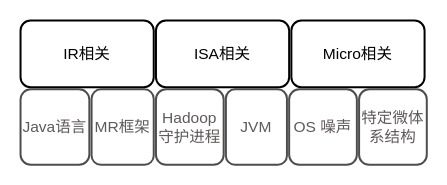
zl780621764/pictures keeps this draw.io diagram as 未命名绘图.drawio. Above is the earlier version. Source tidied: cells renumbered, new cells numbered last; positions are measured from the earlier drawing's top-left corner, leaving out a move shared by most shapes. Both pictures are drawn from the tidied source at 111%, with x=0, y=0 at pixel (20, 20).
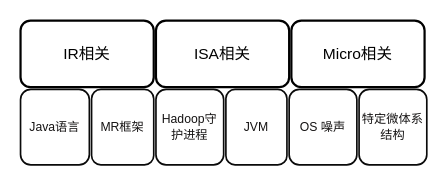
Above is the later version.

The edit, as a diff of the source:
```diff
@@
 <mxGraphModel>
   <root>
     <mxCell id="0" />
     <mxCell id="1" parent="0" />
-    <mxCell id="2" value="&lt;font style=&quot;font-size: 14px;&quot;&gt;IR相关&lt;/font&gt;" style="rounded=1;whiteSpace=wrap;html=1;strokeWidth=1.8;strokeColor=#000000;" parent="1" vertex="1">
+    <mxCell id="2" value="&lt;font style=&quot;font-size: 14px;&quot;&gt;IR相关&lt;/font&gt;" style="rounded=1;whiteSpace=wrap;html=1;strokeWidth=2;strokeColor=#000000;" parent="1" vertex="1">
       <mxGeometry width="120" height="60" as="geometry" />
     </mxCell>
-    <mxCell id="3" value="&lt;font style=&quot;font-size: 14px;&quot;&gt;ISA相关&lt;/font&gt;" style="rounded=1;whiteSpace=wrap;html=1;strokeWidth=1.8;strokeColor=#000000;" parent="1" vertex="1">
+    <mxCell id="3" value="&lt;font style=&quot;font-size: 14px;&quot;&gt;ISA相关&lt;/font&gt;" style="rounded=1;whiteSpace=wrap;html=1;strokeWidth=2;strokeColor=#000000;" parent="1" vertex="1">
       <mxGeometry x="122" width="120" height="60" as="geometry" />
     </mxCell>
-    <mxCell id="4" value="&lt;font style=&quot;font-size: 14px;&quot;&gt;Micro相关&lt;/font&gt;" style="rounded=1;whiteSpace=wrap;html=1;strokeWidth=1.8;strokeColor=#000000;" parent="1" vertex="1">
+    <mxCell id="4" value="&lt;font style=&quot;font-size: 14px;&quot;&gt;Micro相关&lt;/font&gt;" style="rounded=1;whiteSpace=wrap;html=1;strokeWidth=2;strokeColor=#000000;" parent="1" vertex="1">
       <mxGeometry x="244" width="120" height="60" as="geometry" />
     </mxCell>
-    <mxCell id="5" value="&lt;font style=&quot;font-size: 14px;&quot;&gt;Java语言&lt;/font&gt;" style="rounded=1;whiteSpace=wrap;html=1;strokeWidth=1.8;strokeColor=#4D4D4D;fontColor=#5f5959;" parent="1" vertex="1">
+    <mxCell id="5" value="&lt;font style=&quot;font-size: 11px;&quot;&gt;Java语言&lt;/font&gt;" style="rounded=1;whiteSpace=wrap;html=1;strokeWidth=1.5;strokeColor=#0a0a0a;fontColor=#151313;fontSize=11;" parent="1" vertex="1">
       <mxGeometry y="62" width="62" height="68" as="geometry" />
     </mxCell>
-    <mxCell id="6" value="&lt;font style=&quot;font-size: 14px;&quot;&gt;MR框架&lt;/font&gt;" style="rounded=1;whiteSpace=wrap;html=1;strokeWidth=1.8;strokeColor=#4D4D4D;fontColor=#5f5959;" parent="1" vertex="1">
+    <mxCell id="6" value="&lt;font style=&quot;font-size: 11px;&quot;&gt;MR框架&lt;/font&gt;" style="rounded=1;whiteSpace=wrap;html=1;strokeWidth=1.5;strokeColor=#0a0a0a;fontColor=#151313;fontSize=11;" parent="1" vertex="1">
       <mxGeometry x="64" y="62" width="56" height="68" as="geometry" />
     </mxCell>
-    <mxCell id="7" value="&lt;font style=&quot;font-size: 14px;&quot;&gt;Hadoop守护进程&lt;/font&gt;" style="rounded=1;whiteSpace=wrap;html=1;strokeWidth=1.8;strokeColor=#4D4D4D;fontColor=#5f5959;" parent="1" vertex="1">
+    <mxCell id="7" value="&lt;font style=&quot;font-size: 11px;&quot;&gt;Hadoop守护进程&lt;/font&gt;" style="rounded=1;whiteSpace=wrap;html=1;strokeWidth=1.5;strokeColor=#0a0a0a;fontColor=#151313;fontSize=11;" parent="1" vertex="1">
       <mxGeometry x="122" y="62" width="61" height="68" as="geometry" />
     </mxCell>
-    <mxCell id="8" value="&lt;font style=&quot;font-size: 14px;&quot;&gt;JVM&lt;/font&gt;" style="rounded=1;whiteSpace=wrap;html=1;strokeWidth=1.8;strokeColor=#4D4D4D;fontColor=#5f5959;" parent="1" vertex="1">
+    <mxCell id="8" value="&lt;font style=&quot;font-size: 11px;&quot;&gt;JVM&lt;/font&gt;" style="rounded=1;whiteSpace=wrap;html=1;strokeWidth=1.5;strokeColor=#0a0a0a;fontColor=#151313;fontSize=11;" parent="1" vertex="1">
       <mxGeometry x="185" y="62" width="55" height="68" as="geometry" />
     </mxCell>
-    <mxCell id="9" value="&lt;font style=&quot;font-size: 14px;&quot;&gt;OS 噪声&lt;/font&gt;" style="rounded=1;whiteSpace=wrap;html=1;strokeWidth=1.8;strokeColor=#4D4D4D;fontColor=#5f5959;" parent="1" vertex="1">
+    <mxCell id="9" value="&lt;font style=&quot;font-size: 11px;&quot;&gt;OS 噪声&lt;/font&gt;" style="rounded=1;whiteSpace=wrap;html=1;strokeWidth=1.5;strokeColor=#0a0a0a;fontColor=#151313;fontSize=11;" parent="1" vertex="1">
       <mxGeometry x="242" y="62" width="61" height="68" as="geometry" />
     </mxCell>
-    <mxCell id="10" value="&lt;font style=&quot;font-size: 14px;&quot;&gt;特定微体系结构&lt;/font&gt;" style="rounded=1;whiteSpace=wrap;html=1;strokeWidth=1.8;strokeColor=#4D4D4D;fontColor=#5f5959;" parent="1" vertex="1">
+    <mxCell id="10" value="&lt;font style=&quot;font-size: 11px;&quot;&gt;特定微体系结构&lt;/font&gt;" style="rounded=1;whiteSpace=wrap;html=1;strokeWidth=1.5;strokeColor=#0a0a0a;fontColor=#151313;fontSize=11;" parent="1" vertex="1">
       <mxGeometry x="305" y="62" width="61" height="68" as="geometry" />
     </mxCell>
   </root>
 </mxGraphModel>
```
